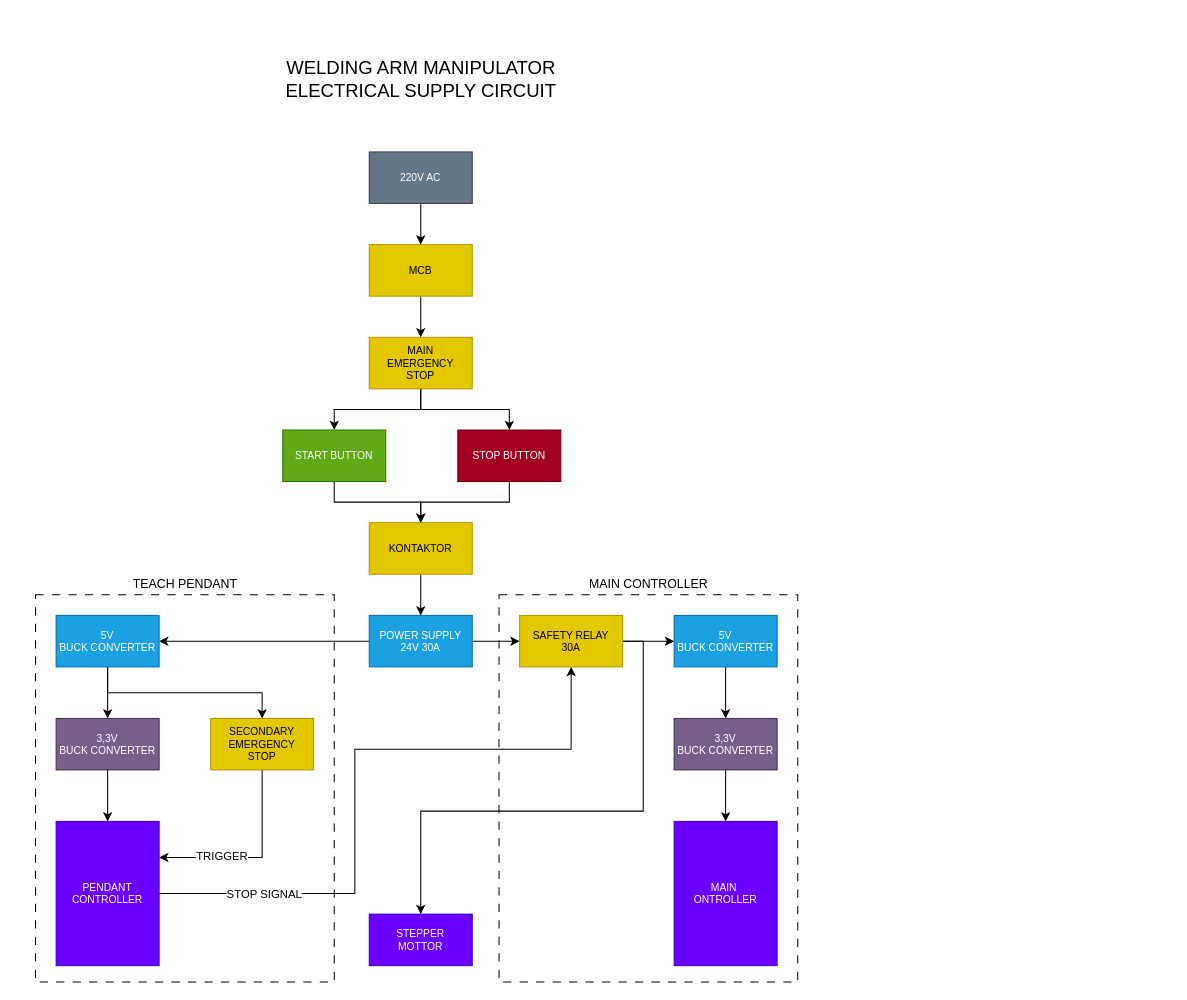
Above: Breakdown/Arm Manipulator Electricall Supply Circuit.drawio in AlfonsusGiovanni/Welding-Arm-Manipulator (draw.io), before the change. Source tidied: cells renumbered, new cells numbered last; positions are measured from the earlier drawing's top-left corner, leaving out a move shared by most shapes. Both pictures are drawn from the tidied source at 103%, with x=0, y=0 at pixel (35, 48).
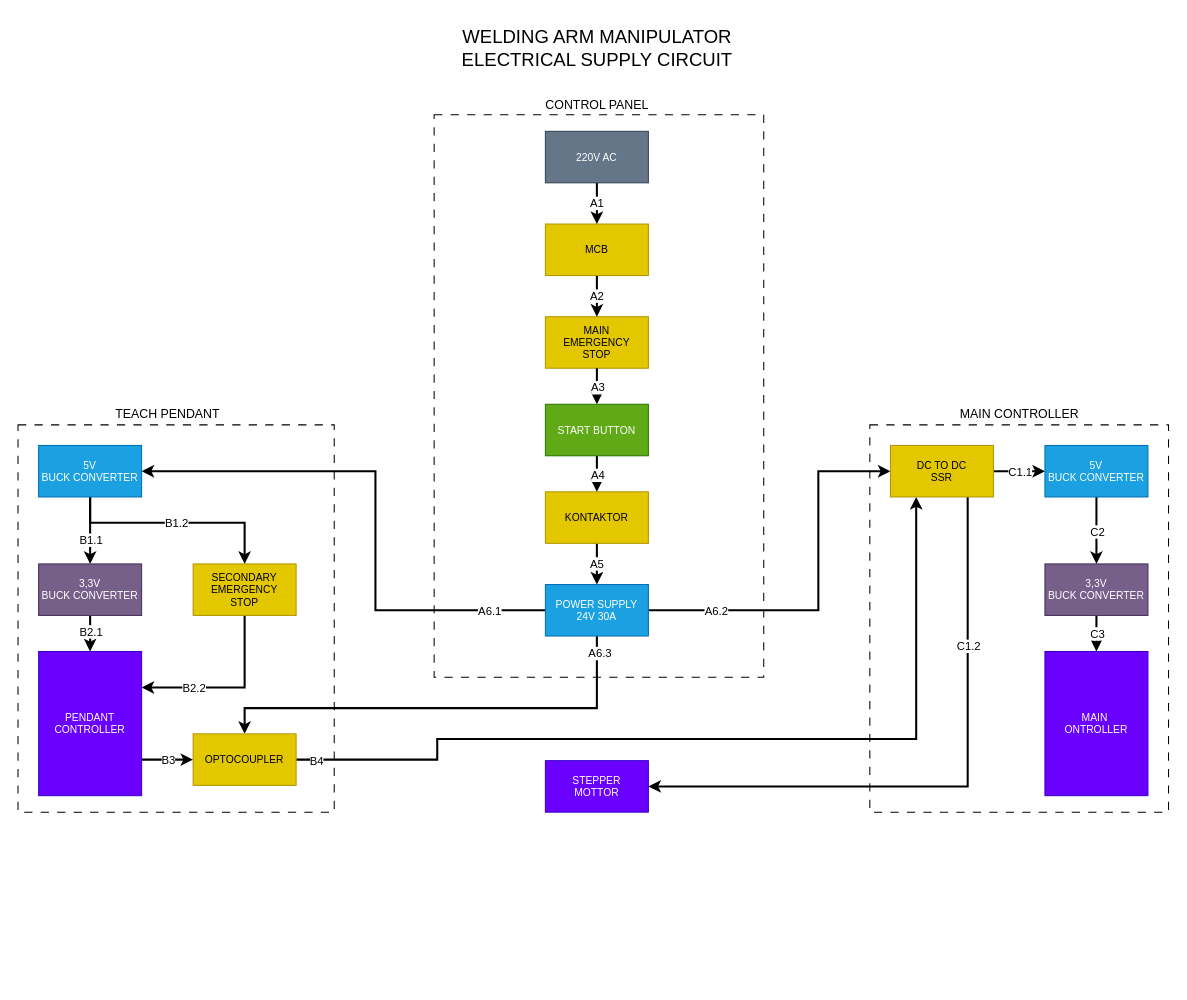
The same diagram, later.

The edit, as a diff of the source:
```diff
@@
+    <mxCell id="3" style="rounded=0;whiteSpace=wrap;html=1;fillColor=none;dashed=1;dashPattern=8 8;" parent="1" vertex="1">
+      <mxGeometry x="-17" y="365" width="307" height="376" as="geometry" />
+    </mxCell>
+    <mxCell id="14" value="WELDING ARM MANIPULATOR&lt;div style=&quot;font-size: 18px;&quot;&gt;ELECTRICAL SUPPLY CIRCUIT&lt;/div&gt;" style="text;html=1;align=center;verticalAlign=middle;strokeColor=none;fillColor=none;fontSize=18;" parent="1" vertex="1">
+      <mxGeometry x="400" y="-30" width="290" height="60" as="geometry" />
+    </mxCell>
+    <mxCell id="43" style="rounded=0;whiteSpace=wrap;html=1;fillColor=none;dashed=1;dashPattern=8 8;" parent="1" vertex="1">
+      <mxGeometry x="387" y="64" width="320" height="546" as="geometry" />
+    </mxCell>
     <mxCell id="2" style="rounded=0;whiteSpace=wrap;html=1;fillColor=none;dashed=1;dashPattern=8 8;" parent="1" vertex="1">
-      <mxGeometry x="450" y="530" width="290" height="376" as="geometry" />
+      <mxGeometry x="810" y="365" width="290" height="376" as="geometry" />
     </mxCell>
-    <mxCell id="3" style="rounded=0;whiteSpace=wrap;html=1;fillColor=none;dashed=1;dashPattern=8 8;" parent="1" vertex="1">
-      <mxGeometry y="530" width="290" height="376" as="geometry" />
-    </mxCell>
-    <mxCell id="4" style="edgeStyle=orthogonalEdgeStyle;rounded=0;jettySize=auto;html=1;exitX=1;exitY=0.5;exitDx=0;exitDy=0;entryX=0.5;entryY=1;entryDx=0;entryDy=0;" parent="1" edge="1" source="6" target="30">
-      <mxGeometry relative="1" as="geometry">
-        <Array as="points">
-          <mxPoint x="310" y="820" />
-          <mxPoint x="310" y="680" />
-          <mxPoint x="520" y="680" />
-        </Array>
-      </mxGeometry>
-    </mxCell>
-    <mxCell id="5" value="STOP SIGNAL" style="edgeLabel;html=1;align=center;verticalAlign=middle;" parent="4" vertex="1">
-      <mxGeometry x="-0.74" relative="1" as="geometry">
-        <mxPoint x="20" as="offset" />
-      </mxGeometry>
-    </mxCell>
+    <mxCell id="44" style="edgeStyle=orthogonalEdgeStyle;rounded=0;jettySize=auto;html=1;exitX=1;exitY=0.5;exitDx=0;exitDy=0;entryX=0.25;entryY=1;entryDx=0;entryDy=0;strokeWidth=2;" parent="1" edge="1" source="64" target="30">
+      <mxGeometry relative="1" as="geometry">
+        <Array as="points">
+          <mxPoint x="390" y="690" />
+          <mxPoint x="390" y="670" />
+          <mxPoint x="855" y="670" />
+        </Array>
+      </mxGeometry>
+    </mxCell>
+    <mxCell id="45" value="B4" style="edgeLabel;html=1;align=center;verticalAlign=middle;" parent="44" vertex="1">
+      <mxGeometry x="-0.86" y="-1" relative="1" as="geometry">
+        <mxPoint x="-41" as="offset" />
+      </mxGeometry>
+    </mxCell>
+    <mxCell id="46" style="edgeStyle=orthogonalEdgeStyle;rounded=0;jettySize=auto;html=1;exitX=1;exitY=0.75;exitDx=0;exitDy=0;entryX=0;entryY=0.5;entryDx=0;entryDy=0;strokeWidth=2;" parent="1" edge="1" source="6" target="64">
+      <mxGeometry relative="1" as="geometry" />
+    </mxCell>
+    <mxCell id="47" value="B3" style="edgeLabel;html=1;align=center;verticalAlign=middle;" parent="46" vertex="1">
+      <mxGeometry relative="1" as="geometry" />
+    </mxCell>
     <mxCell id="6" value="PENDANT CONTROLLER" style="rounded=0;whiteSpace=wrap;html=1;fontSize=10;fillColor=#6a00ff;fontColor=#ffffff;strokeColor=#3700CC;" parent="1" vertex="1">
-      <mxGeometry x="20" y="750" width="100" height="140" as="geometry" />
+      <mxGeometry x="3" y="585" width="100" height="140" as="geometry" />
     </mxCell>
-    <mxCell id="7" style="edgeStyle=orthogonalEdgeStyle;rounded=0;jettySize=auto;html=1;exitX=0;exitY=0.5;exitDx=0;exitDy=0;entryX=1;entryY=0.5;entryDx=0;entryDy=0;" parent="1" edge="1" source="9" target="13">
-      <mxGeometry relative="1" as="geometry" />
+    <mxCell id="7" style="edgeStyle=orthogonalEdgeStyle;rounded=0;jettySize=auto;html=1;entryX=1;entryY=0.5;entryDx=0;entryDy=0;exitX=0;exitY=0.5;exitDx=0;exitDy=0;strokeWidth=2;" parent="1" edge="1" source="9" target="13">
+      <mxGeometry relative="1" as="geometry">
+        <Array as="points">
+          <mxPoint x="330" y="545" />
+          <mxPoint x="330" y="410" />
+        </Array>
+      </mxGeometry>
     </mxCell>
+    <mxCell id="48" value="A6.1" style="edgeLabel;html=1;align=center;verticalAlign=middle;" parent="7" vertex="1">
+      <mxGeometry relative="1" as="geometry">
+        <mxPoint x="110" y="99" as="offset" />
+      </mxGeometry>
+    </mxCell>
-    <mxCell id="8" style="edgeStyle=orthogonalEdgeStyle;rounded=0;jettySize=auto;html=1;entryX=0;entryY=0.5;entryDx=0;entryDy=0;" parent="1" edge="1" source="9" target="30">
-      <mxGeometry relative="1" as="geometry" />
+    <mxCell id="8" style="edgeStyle=orthogonalEdgeStyle;rounded=0;jettySize=auto;html=1;exitX=1;exitY=0.5;exitDx=0;exitDy=0;entryX=0;entryY=0.5;entryDx=0;entryDy=0;strokeWidth=2;" parent="1" edge="1" source="9" target="30">
+      <mxGeometry x="-0.21" relative="1" as="geometry">
+        <Array as="points">
+          <mxPoint x="760" y="545" />
+          <mxPoint x="760" y="410" />
+        </Array>
+        <mxPoint y="1" as="offset" />
+      </mxGeometry>
     </mxCell>
+    <mxCell id="49" value="A6.2" style="edgeLabel;html=1;align=center;verticalAlign=middle;" parent="8" vertex="1">
+      <mxGeometry relative="1" as="geometry">
+        <mxPoint x="-100" y="20" as="offset" />
+      </mxGeometry>
+    </mxCell>
+    <mxCell id="50" style="edgeStyle=orthogonalEdgeStyle;rounded=0;jettySize=auto;html=1;exitX=0.5;exitY=1;exitDx=0;exitDy=0;entryX=0.5;entryY=0;entryDx=0;entryDy=0;strokeWidth=2;" parent="1" edge="1" source="9" target="64">
+      <mxGeometry relative="1" as="geometry">
+        <Array as="points">
+          <mxPoint x="545" y="640" />
+          <mxPoint x="203" y="640" />
+        </Array>
+      </mxGeometry>
+    </mxCell>
+    <mxCell id="51" value="A6.3" style="edgeLabel;html=1;align=center;verticalAlign=middle;" parent="50" vertex="1">
+      <mxGeometry x="-0.89" y="1" relative="1" as="geometry">
+        <mxPoint x="1" y="-8" as="offset" />
+      </mxGeometry>
+    </mxCell>
     <mxCell id="9" value="POWER SUPPLY&lt;div&gt;24V 30A&lt;/div&gt;" style="rounded=0;whiteSpace=wrap;html=1;fontSize=10;fillColor=#1ba1e2;fontColor=#ffffff;strokeColor=#006EAF;" parent="1" vertex="1">
-      <mxGeometry x="324" y="550" width="100" height="50" as="geometry" />
+      <mxGeometry x="495" y="520" width="100" height="50" as="geometry" />
     </mxCell>
     <mxCell id="10" value="MAIN&amp;nbsp;&lt;div&gt;ONTROLLER&lt;/div&gt;" style="rounded=0;whiteSpace=wrap;html=1;fontSize=10;fillColor=#6a00ff;fontColor=#ffffff;strokeColor=#3700CC;" parent="1" vertex="1">
-      <mxGeometry x="620" y="750" width="100" height="140" as="geometry" />
+      <mxGeometry x="980" y="585" width="100" height="140" as="geometry" />
     </mxCell>
-    <mxCell id="11" style="edgeStyle=orthogonalEdgeStyle;rounded=0;jettySize=auto;html=1;" parent="1" edge="1" source="13" target="16">
+    <mxCell id="11" style="edgeStyle=orthogonalEdgeStyle;rounded=0;jettySize=auto;html=1;strokeWidth=2;" parent="1" edge="1" source="13" target="16">
       <mxGeometry relative="1" as="geometry" />
     </mxCell>
+    <mxCell id="52" value="B1.1" style="edgeLabel;html=1;align=center;verticalAlign=middle;" parent="11" vertex="1">
+      <mxGeometry x="0.35" y="1" relative="1" as="geometry">
+        <mxPoint x="-1" y="-3" as="offset" />
+      </mxGeometry>
+    </mxCell>
-    <mxCell id="12" style="edgeStyle=orthogonalEdgeStyle;rounded=0;jettySize=auto;html=1;exitX=0.5;exitY=1;exitDx=0;exitDy=0;entryX=0.5;entryY=0;entryDx=0;entryDy=0;" parent="1" edge="1" source="13" target="33">
-      <mxGeometry relative="1" as="geometry" />
+    <mxCell id="12" style="edgeStyle=orthogonalEdgeStyle;rounded=0;jettySize=auto;html=1;exitX=0.5;exitY=1;exitDx=0;exitDy=0;entryX=0.5;entryY=0;entryDx=0;entryDy=0;strokeWidth=2;" parent="1" edge="1" source="13" target="33">
+      <mxGeometry relative="1" as="geometry">
+        <Array as="points">
+          <mxPoint x="53" y="460" />
+          <mxPoint x="203" y="460" />
+        </Array>
+      </mxGeometry>
     </mxCell>
+    <mxCell id="53" value="B1.2" style="edgeLabel;html=1;align=center;verticalAlign=middle;" parent="12" vertex="1">
+      <mxGeometry relative="1" as="geometry" />
+    </mxCell>
     <mxCell id="13" value="5V&lt;div&gt;BUCK CONVERTER&lt;/div&gt;" style="rounded=0;whiteSpace=wrap;html=1;fontSize=10;fillColor=#1ba1e2;fontColor=#ffffff;strokeColor=#006EAF;" parent="1" vertex="1">
-      <mxGeometry x="20" y="550" width="100" height="50" as="geometry" />
+      <mxGeometry x="3" y="385" width="100" height="50" as="geometry" />
     </mxCell>
-    <mxCell id="14" value="WELDING ARM MANIPULATOR&lt;div style=&quot;font-size: 18px;&quot;&gt;ELECTRICAL SUPPLY CIRCUIT&lt;/div&gt;" style="text;html=1;align=center;verticalAlign=middle;strokeColor=none;fillColor=none;fontSize=18;" parent="1" vertex="1">
-      <mxGeometry x="229" width="290" height="60" as="geometry" />
-    </mxCell>
-    <mxCell id="15" style="edgeStyle=orthogonalEdgeStyle;rounded=0;jettySize=auto;html=1;" parent="1" edge="1" source="16" target="6">
+    <mxCell id="15" style="edgeStyle=orthogonalEdgeStyle;rounded=0;jettySize=auto;html=1;strokeWidth=2;" parent="1" edge="1" source="16" target="6">
       <mxGeometry relative="1" as="geometry" />
     </mxCell>
+    <mxCell id="54" value="B2.1" style="edgeLabel;html=1;align=center;verticalAlign=middle;" parent="15" vertex="1">
+      <mxGeometry x="-0.35" relative="1" as="geometry" />
+    </mxCell>
     <mxCell id="16" value="3,3V&lt;div&gt;BUCK CONVERTER&lt;/div&gt;" style="rounded=0;whiteSpace=wrap;html=1;fontSize=10;fillColor=#76608a;fontColor=#ffffff;strokeColor=#432D57;" parent="1" vertex="1">
-      <mxGeometry x="20" y="650" width="100" height="50" as="geometry" />
+      <mxGeometry x="3" y="500" width="100" height="50" as="geometry" />
     </mxCell>
-    <mxCell id="17" style="edgeStyle=orthogonalEdgeStyle;rounded=0;jettySize=auto;html=1;entryX=0.5;entryY=0;entryDx=0;entryDy=0;" parent="1" edge="1" source="19" target="39">
-      <mxGeometry relative="1" as="geometry" />
-    </mxCell>
-    <mxCell id="18" style="edgeStyle=orthogonalEdgeStyle;rounded=0;jettySize=auto;html=1;entryX=0.5;entryY=0;entryDx=0;entryDy=0;" parent="1" edge="1" source="19" target="41">
-      <mxGeometry relative="1" as="geometry" />
-    </mxCell>
     <mxCell id="19" value="&lt;div&gt;MAIN&lt;/div&gt;EMERGENCY&lt;div&gt;STOP&lt;/div&gt;" style="rounded=0;whiteSpace=wrap;html=1;fontSize=10;fillColor=#e3c800;fontColor=#000000;strokeColor=#B09500;" parent="1" vertex="1">
-      <mxGeometry x="324" y="280" width="100" height="50" as="geometry" />
+      <mxGeometry x="495" y="260" width="100" height="50" as="geometry" />
     </mxCell>
-    <mxCell id="20" style="edgeStyle=orthogonalEdgeStyle;rounded=0;jettySize=auto;html=1;" parent="1" edge="1" source="21" target="27">
+    <mxCell id="20" style="edgeStyle=orthogonalEdgeStyle;rounded=0;jettySize=auto;html=1;strokeWidth=2;" parent="1" edge="1" source="21" target="27">
       <mxGeometry relative="1" as="geometry" />
     </mxCell>
+    <mxCell id="55" value="C2" style="edgeLabel;html=1;align=center;verticalAlign=middle;" parent="20" vertex="1">
+      <mxGeometry relative="1" as="geometry" />
+    </mxCell>
     <mxCell id="21" value="5V&lt;div&gt;BUCK CONVERTER&lt;/div&gt;" style="rounded=0;whiteSpace=wrap;html=1;fontSize=10;fillColor=#1ba1e2;fontColor=#ffffff;strokeColor=#006EAF;" parent="1" vertex="1">
-      <mxGeometry x="620" y="550" width="100" height="50" as="geometry" />
+      <mxGeometry x="980" y="385" width="100" height="50" as="geometry" />
     </mxCell>
-    <mxCell id="22" style="edgeStyle=orthogonalEdgeStyle;rounded=0;jettySize=auto;html=1;" parent="1" edge="1" source="23" target="19">
+    <mxCell id="22" value="A2" style="edgeStyle=orthogonalEdgeStyle;rounded=0;jettySize=auto;html=1;strokeWidth=2;" parent="1" edge="1" source="23" target="19">
       <mxGeometry relative="1" as="geometry" />
     </mxCell>
     <mxCell id="23" value="MCB" style="rounded=0;whiteSpace=wrap;html=1;fontSize=10;fillColor=#e3c800;fontColor=#000000;strokeColor=#B09500;" parent="1" vertex="1">
-      <mxGeometry x="324" y="190" width="100" height="50" as="geometry" />
+      <mxGeometry x="495" y="170" width="100" height="50" as="geometry" />
     </mxCell>
-    <mxCell id="24" style="edgeStyle=orthogonalEdgeStyle;rounded=0;jettySize=auto;html=1;" parent="1" edge="1" source="25" target="9">
+    <mxCell id="24" value="A5" style="edgeStyle=orthogonalEdgeStyle;rounded=0;jettySize=auto;html=1;strokeWidth=2;" parent="1" edge="1" source="25" target="9">
       <mxGeometry relative="1" as="geometry" />
     </mxCell>
     <mxCell id="25" value="KONTAKTOR" style="rounded=0;whiteSpace=wrap;html=1;fontSize=10;fillColor=#e3c800;fontColor=#000000;strokeColor=#B09500;" parent="1" vertex="1">
-      <mxGeometry x="324" y="460" width="100" height="50" as="geometry" />
+      <mxGeometry x="495" y="430" width="100" height="50" as="geometry" />
     </mxCell>
-    <mxCell id="26" style="edgeStyle=orthogonalEdgeStyle;rounded=0;jettySize=auto;html=1;" parent="1" edge="1" source="27" target="10">
+    <mxCell id="26" style="edgeStyle=orthogonalEdgeStyle;rounded=0;jettySize=auto;html=1;strokeWidth=2;" parent="1" edge="1" source="27" target="10">
       <mxGeometry relative="1" as="geometry" />
     </mxCell>
+    <mxCell id="56" value="C3" style="edgeLabel;html=1;align=center;verticalAlign=middle;" parent="26" vertex="1">
+      <mxGeometry relative="1" as="geometry" />
+    </mxCell>
     <mxCell id="27" value="3,3V&lt;div&gt;BUCK CONVERTER&lt;/div&gt;" style="rounded=0;whiteSpace=wrap;html=1;fontSize=10;fillColor=#76608a;fontColor=#ffffff;strokeColor=#432D57;" parent="1" vertex="1">
-      <mxGeometry x="620" y="650" width="100" height="50" as="geometry" />
+      <mxGeometry x="980" y="500" width="100" height="50" as="geometry" />
     </mxCell>
-    <mxCell id="28" style="edgeStyle=orthogonalEdgeStyle;rounded=0;jettySize=auto;html=1;" parent="1" edge="1" source="30" target="21">
+    <mxCell id="28" style="edgeStyle=orthogonalEdgeStyle;rounded=0;jettySize=auto;html=1;strokeWidth=2;" parent="1" edge="1" source="30" target="21">
       <mxGeometry relative="1" as="geometry" />
     </mxCell>
+    <mxCell id="57" value="C1.1" style="edgeLabel;html=1;align=center;verticalAlign=middle;" parent="28" vertex="1">
+      <mxGeometry relative="1" as="geometry" />
+    </mxCell>
-    <mxCell id="29" style="edgeStyle=orthogonalEdgeStyle;rounded=0;jettySize=auto;html=1;exitX=1;exitY=0.5;exitDx=0;exitDy=0;entryX=0.5;entryY=0;entryDx=0;entryDy=0;" parent="1" edge="1" source="30" target="42">
-      <mxGeometry relative="1" as="geometry">
-        <Array as="points">
-          <mxPoint x="590" y="575" />
-          <mxPoint x="590" y="740" />
-          <mxPoint x="374" y="740" />
-        </Array>
-      </mxGeometry>
+    <mxCell id="29" style="edgeStyle=orthogonalEdgeStyle;rounded=0;jettySize=auto;html=1;exitX=0.75;exitY=1;exitDx=0;exitDy=0;entryX=1;entryY=0.5;entryDx=0;entryDy=0;strokeWidth=2;" parent="1" edge="1" source="30" target="42">
+      <mxGeometry relative="1" as="geometry" />
     </mxCell>
+    <mxCell id="58" value="C1.2" style="edgeLabel;html=1;align=center;verticalAlign=middle;" parent="29" vertex="1">
+      <mxGeometry relative="1" as="geometry">
+        <mxPoint x="15" y="-137" as="offset" />
+      </mxGeometry>
+    </mxCell>
-    <mxCell id="30" value="&lt;div&gt;SAFETY RELAY&lt;/div&gt;&lt;div&gt;30A&lt;/div&gt;" style="rounded=0;whiteSpace=wrap;html=1;fontSize=10;fillColor=#e3c800;fontColor=#000000;strokeColor=#B09500;" parent="1" vertex="1">
-      <mxGeometry x="470" y="550" width="100" height="50" as="geometry" />
+    <mxCell id="30" value="DC TO DC&lt;div&gt;SSR&lt;/div&gt;" style="rounded=0;whiteSpace=wrap;html=1;fontSize=10;fillColor=#e3c800;fontColor=#000000;strokeColor=#B09500;" parent="1" vertex="1">
+      <mxGeometry x="830" y="385" width="100" height="50" as="geometry" />
     </mxCell>
-    <mxCell id="31" style="edgeStyle=orthogonalEdgeStyle;rounded=0;jettySize=auto;html=1;exitX=0.5;exitY=1;exitDx=0;exitDy=0;entryX=1;entryY=0.25;entryDx=0;entryDy=0;" parent="1" edge="1" source="33" target="6">
+    <mxCell id="31" style="edgeStyle=orthogonalEdgeStyle;rounded=0;jettySize=auto;html=1;exitX=0.5;exitY=1;exitDx=0;exitDy=0;entryX=1;entryY=0.25;entryDx=0;entryDy=0;strokeWidth=2;" parent="1" edge="1" source="33" target="6">
       <mxGeometry relative="1" as="geometry" />
     </mxCell>
-    <mxCell id="32" value="TRIGGER&lt;div&gt;&lt;br&gt;&lt;/div&gt;" style="edgeLabel;html=1;align=center;verticalAlign=middle;" parent="31" vertex="1">
-      <mxGeometry x="0.35" y="5" relative="1" as="geometry" />
-    </mxCell>
+    <mxCell id="59" value="B2.2" style="edgeLabel;html=1;align=center;verticalAlign=middle;" parent="31" vertex="1">
+      <mxGeometry relative="1" as="geometry">
+        <mxPoint x="-35" as="offset" />
+      </mxGeometry>
+    </mxCell>
     <mxCell id="33" value="&lt;div&gt;&lt;span style=&quot;background-color: initial;&quot;&gt;SECONDARY&lt;/span&gt;&lt;/div&gt;&lt;div&gt;&lt;span style=&quot;background-color: initial;&quot;&gt;EMERGENCY&lt;/span&gt;&lt;br&gt;&lt;/div&gt;&lt;div&gt;STOP&lt;/div&gt;" style="rounded=0;whiteSpace=wrap;html=1;fontSize=10;fillColor=#e3c800;fontColor=#000000;strokeColor=#B09500;" parent="1" vertex="1">
-      <mxGeometry x="170" y="650" width="100" height="50" as="geometry" />
+      <mxGeometry x="153" y="500" width="100" height="50" as="geometry" />
     </mxCell>
-    <mxCell id="34" style="edgeStyle=orthogonalEdgeStyle;rounded=0;jettySize=auto;html=1;" parent="1" edge="1" source="35" target="23">
+    <mxCell id="34" value="A1" style="edgeStyle=orthogonalEdgeStyle;rounded=0;jettySize=auto;html=1;strokeWidth=2;" parent="1" edge="1" source="35" target="23">
       <mxGeometry relative="1" as="geometry" />
     </mxCell>
     <mxCell id="35" value="220V AC" style="rounded=0;whiteSpace=wrap;html=1;fontSize=10;fillColor=#647687;fontColor=#ffffff;strokeColor=#314354;" parent="1" vertex="1">
-      <mxGeometry x="324" y="100" width="100" height="50" as="geometry" />
+      <mxGeometry x="495" y="80" width="100" height="50" as="geometry" />
     </mxCell>
     <mxCell id="36" value="TEACH PENDANT" style="text;html=1;align=center;verticalAlign=middle;strokeColor=none;fillColor=none;" parent="1" vertex="1">
-      <mxGeometry x="85" y="505" width="120" height="30" as="geometry" />
+      <mxGeometry x="68" y="340" width="120" height="30" as="geometry" />
     </mxCell>
     <mxCell id="37" value="MAIN CONTROLLER" style="text;html=1;align=center;verticalAlign=middle;strokeColor=none;fillColor=none;" parent="1" vertex="1">
-      <mxGeometry x="525" y="505" width="140" height="30" as="geometry" />
+      <mxGeometry x="885" y="340" width="140" height="30" as="geometry" />
     </mxCell>
+    <mxCell id="42" value="STEPPER&lt;div&gt;MOTTOR&lt;/div&gt;" style="rounded=0;whiteSpace=wrap;html=1;fontSize=10;fillColor=#6a00ff;fontColor=#ffffff;strokeColor=#3700CC;" parent="1" vertex="1">
+      <mxGeometry x="495" y="691" width="100" height="50" as="geometry" />
+    </mxCell>
+    <mxCell id="60" value="CONTROL PANEL" style="text;html=1;align=center;verticalAlign=middle;strokeColor=none;fillColor=none;" parent="1" vertex="1">
+      <mxGeometry x="485" y="40" width="120" height="30" as="geometry" />
+    </mxCell>
+    <mxCell id="61" style="edgeStyle=orthogonalEdgeStyle;rounded=0;jettySize=auto;html=1;exitX=0.5;exitY=1;exitDx=0;exitDy=0;entryX=0.5;entryY=0;entryDx=0;entryDy=0;strokeWidth=2;" parent="1" edge="1" target="39">
+      <mxGeometry relative="1" as="geometry">
+        <mxPoint x="545" y="310" as="sourcePoint" />
+      </mxGeometry>
+    </mxCell>
+    <mxCell id="62" value="A3" style="edgeLabel;html=1;align=center;verticalAlign=middle;" parent="61" vertex="1">
+      <mxGeometry relative="1" as="geometry" />
+    </mxCell>
-    <mxCell id="38" style="edgeStyle=orthogonalEdgeStyle;rounded=0;jettySize=auto;html=1;entryX=0.5;entryY=0;entryDx=0;entryDy=0;" parent="1" edge="1" source="39" target="25">
+    <mxCell id="38" style="edgeStyle=orthogonalEdgeStyle;rounded=0;jettySize=auto;html=1;exitX=0.5;exitY=1;exitDx=0;exitDy=0;entryX=0.5;entryY=0;entryDx=0;entryDy=0;strokeWidth=2;" parent="1" edge="1" source="39" target="25">
       <mxGeometry relative="1" as="geometry" />
     </mxCell>
+    <mxCell id="63" value="A4" style="edgeLabel;html=1;align=center;verticalAlign=middle;" parent="38" vertex="1">
+      <mxGeometry relative="1" as="geometry" />
+    </mxCell>
-    <mxCell id="39" value="START BUTTON" style="rounded=0;whiteSpace=wrap;html=1;fontSize=10;fillColor=#60a917;fontColor=#ffffff;strokeColor=#2D7600;" parent="1" vertex="1">
-      <mxGeometry x="240" y="370" width="100" height="50" as="geometry" />
+    <mxCell id="39" value="&lt;div&gt;START BUTTON&lt;/div&gt;" style="rounded=0;whiteSpace=wrap;html=1;fontSize=10;fillColor=#60a917;fontColor=#ffffff;strokeColor=#2D7600;" parent="1" vertex="1">
+      <mxGeometry x="495" y="345" width="100" height="50" as="geometry" />
     </mxCell>
-    <mxCell id="40" style="edgeStyle=orthogonalEdgeStyle;rounded=0;jettySize=auto;html=1;entryX=0.5;entryY=0;entryDx=0;entryDy=0;" parent="1" edge="1" source="41" target="25">
-      <mxGeometry relative="1" as="geometry" />
-    </mxCell>
-    <mxCell id="41" value="STOP BUTTON" style="rounded=0;whiteSpace=wrap;html=1;fontSize=10;fillColor=#a20025;fontColor=#ffffff;strokeColor=#6F0000;" parent="1" vertex="1">
-      <mxGeometry x="410" y="370" width="100" height="50" as="geometry" />
-    </mxCell>
-    <mxCell id="42" value="STEPPER&lt;div&gt;MOTTOR&lt;/div&gt;" style="rounded=0;whiteSpace=wrap;html=1;fontSize=10;fillColor=#6a00ff;fontColor=#ffffff;strokeColor=#3700CC;" parent="1" vertex="1">
-      <mxGeometry x="324" y="840" width="100" height="50" as="geometry" />
-    </mxCell>
+    <mxCell id="64" value="&lt;div&gt;OPTOCOUPLER&lt;/div&gt;" style="rounded=0;whiteSpace=wrap;html=1;fontSize=10;fillColor=#e3c800;fontColor=#000000;strokeColor=#B09500;" parent="1" vertex="1">
+      <mxGeometry x="153" y="665" width="100" height="50" as="geometry" />
+    </mxCell>
```
